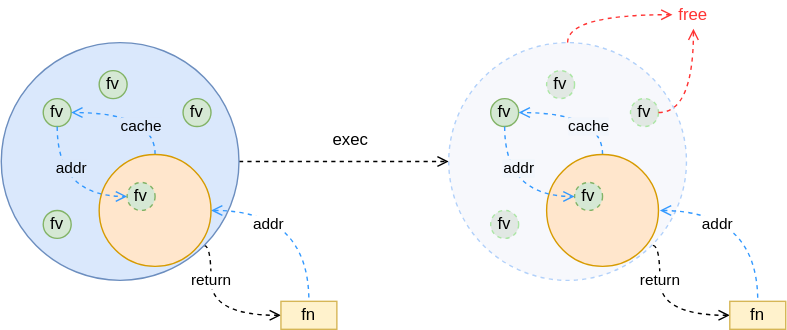
Earlier version of the draw.io export Draw/Go/func&memory&closure.drawio.svg (Zhangbokai614/draw). Source tidied: cells renumbered, new cells last; positions are measured from the earlier drawing's top-left corner, leaving out a move shared by most shapes.
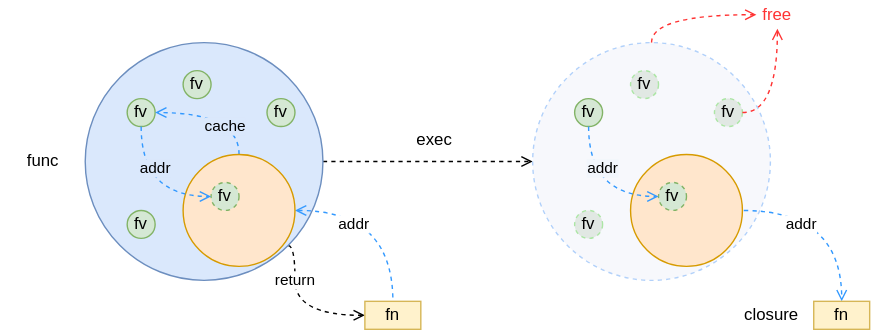
The same file after the commit.

The edit, as a diff of the source:
```diff
@@ -69,13 +69,6 @@
     <mxCell id="19" value="fv" style="ellipse;whiteSpace=wrap;html=1;fillColor=#d5e8d4;strokeColor=#82b366;" parent="1" vertex="1">
       <mxGeometry x="350" y="70" width="20" height="20" as="geometry" />
     </mxCell>
-    <mxCell id="20" value="cache" style="edgeStyle=orthogonalEdgeStyle;rounded=0;jettySize=auto;html=1;entryX=1;entryY=0.5;entryDx=0;entryDy=0;curved=1;exitX=0.5;exitY=0;exitDx=0;exitDy=0;dashed=1;endArrow=open;endFill=0;labelBackgroundColor=#f2f6fc;strokeColor=#3399FF;" parent="1" edge="1" source="21" target="19">
-      <mxGeometry x="-0.11" y="10" relative="1" as="geometry">
-        <Array as="points">
-          <mxPoint x="430" y="80" />
-        </Array>
-      </mxGeometry>
-    </mxCell>
     <mxCell id="21" style="ellipse;whiteSpace=wrap;html=1;fillColor=#ffe6cc;strokeColor=#d79b00;" parent="1" vertex="1">
       <mxGeometry x="390" y="110" width="80" height="80" as="geometry" />
     </mxCell>
@@ -94,16 +87,7 @@
     <mxCell id="26" value="fn" style="text;html=1;strokeColor=#d6b656;fillColor=#fff2cc;align=center;verticalAlign=middle;whiteSpace=wrap;rounded=0;" parent="1" vertex="1">
       <mxGeometry x="200" y="215" width="40" height="20" as="geometry" />
     </mxCell>
-    <mxCell id="27" value="return" style="edgeStyle=orthogonalEdgeStyle;rounded=0;jettySize=auto;html=1;exitX=1;exitY=1;exitDx=0;exitDy=0;entryX=0;entryY=0.5;entryDx=0;entryDy=0;curved=1;dashed=1;endArrow=open;endFill=0;" parent="1" edge="1" target="29">
-      <mxGeometry x="-0.43" relative="1" as="geometry">
-        <mxPoint x="466" y="175" as="sourcePoint" />
-        <Array as="points">
-          <mxPoint x="471" y="175" />
-          <mxPoint x="471" y="225" />
-        </Array>
-      </mxGeometry>
-    </mxCell>
-    <mxCell id="28" value="addr" style="edgeStyle=orthogonalEdgeStyle;rounded=0;jettySize=auto;html=1;exitX=1;exitY=0.5;exitDx=0;exitDy=0;curved=1;dashed=1;endArrow=none;endFill=0;strokeColor=#3399FF;startArrow=open;startFill=0;" parent="1" edge="1" target="29">
+    <mxCell id="28" value="addr" style="edgeStyle=orthogonalEdgeStyle;rounded=0;jettySize=auto;html=1;exitX=1;exitY=0.5;exitDx=0;exitDy=0;curved=1;dashed=1;endArrow=open;endFill=0;strokeColor=#3399FF;startArrow=none;startFill=0;" parent="1" edge="1" target="29">
       <mxGeometry x="-0.38" y="-10" relative="1" as="geometry">
         <mxPoint x="471" y="150" as="sourcePoint" />
       </mxGeometry>
@@ -114,5 +98,11 @@
     <mxCell id="30" value="free" style="text;html=1;strokeColor=none;fillColor=none;align=center;verticalAlign=middle;whiteSpace=wrap;rounded=0;fontColor=#FF3333;" parent="1" vertex="1">
       <mxGeometry x="480" width="30" height="20" as="geometry" />
     </mxCell>
+    <mxCell id="31" value="func" style="text;html=1;strokeColor=none;fillColor=none;align=center;verticalAlign=middle;whiteSpace=wrap;rounded=0;" parent="1" vertex="1">
+      <mxGeometry x="-60" y="100" width="60" height="30" as="geometry" />
+    </mxCell>
+    <mxCell id="32" value="closure" style="text;html=1;strokeColor=none;fillColor=none;align=center;verticalAlign=middle;whiteSpace=wrap;rounded=0;" parent="1" vertex="1">
+      <mxGeometry x="461" y="215" width="60" height="20" as="geometry" />
+    </mxCell>
   </root>
 </mxGraphModel>
```
